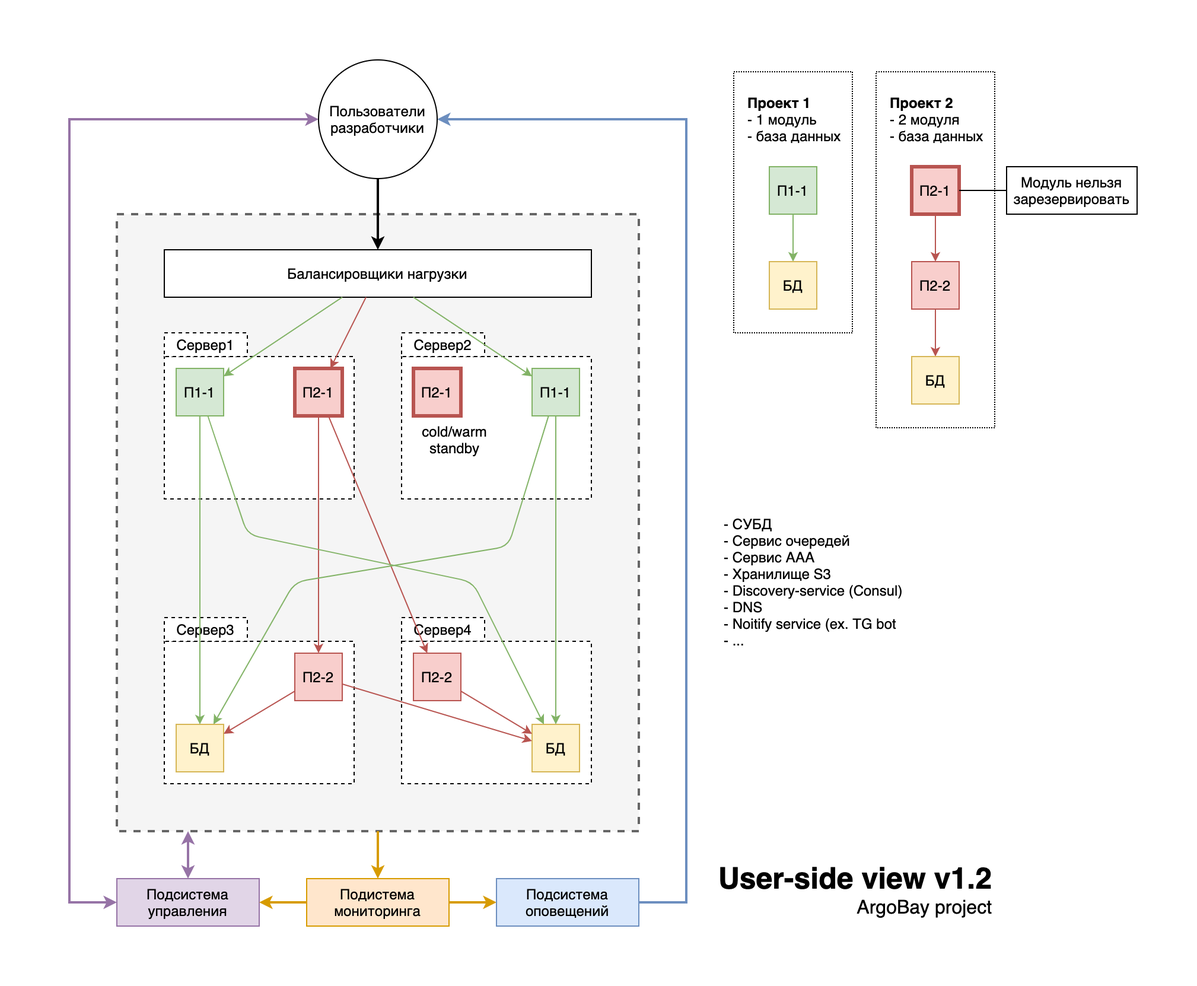
Earlier version of the draw.io export docs/schemes/User-side.png (SnipGhost/argobay-ansible). Source tidied: cells renumbered, new cells last; positions are measured from the earlier drawing's top-left corner, leaving out a move shared by most shapes.
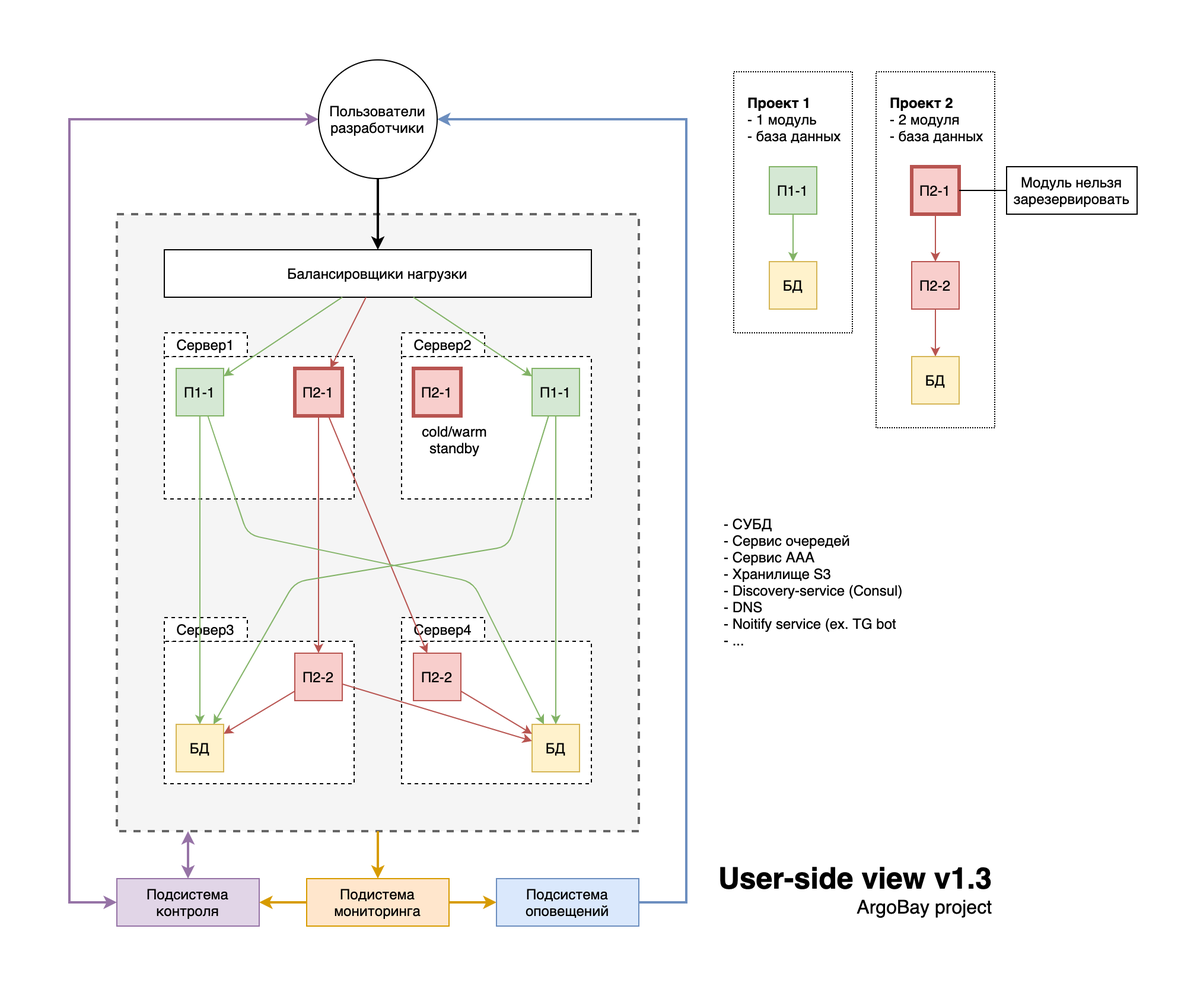
The same file after the commit.

Change to the diagram source:
```diff
@@ -111,7 +111,7 @@
         </Array>
       </mxGeometry>
     </mxCell>
-    <mxCell id="35" value="Подсистема управления" style="rounded=0;whiteSpace=wrap;html=1;strokeColor=#9673a6;fillColor=#e1d5e7;fontFamily=Helvetica;" parent="1" vertex="1">
+    <mxCell id="35" value="Подсистема контроля" style="rounded=0;whiteSpace=wrap;html=1;strokeColor=#9673a6;fillColor=#e1d5e7;fontFamily=Helvetica;" parent="1" vertex="1">
       <mxGeometry x="40" y="690" width="120" height="40" as="geometry" />
     </mxCell>
     <mxCell id="36" style="edgeStyle=orthogonalEdgeStyle;rounded=0;jettySize=auto;html=1;startArrow=none;startFill=0;startSize=5;endSize=5;fillColor=#ffe6cc;strokeColor=#d79b00;strokeWidth=2;fontFamily=Helvetica;" parent="1" edge="1" source="38" target="40">
@@ -198,7 +198,7 @@
     <mxCell id="58" value="- СУБД&lt;br&gt;&lt;div&gt;&lt;span&gt;- Сервис очередей&lt;/span&gt;&lt;/div&gt;&lt;div&gt;&lt;span&gt;- Сервис ААА&lt;/span&gt;&lt;/div&gt;&lt;div&gt;&lt;span&gt;- Хранилище S3&lt;/span&gt;&lt;/div&gt;&lt;div&gt;&lt;span&gt;- Discovery-service (Consul)&lt;/span&gt;&lt;/div&gt;&lt;div&gt;&lt;span&gt;- DNS&lt;/span&gt;&lt;/div&gt;&lt;div&gt;&lt;span&gt;- Noitify service (ex. TG bot&lt;/span&gt;&lt;/div&gt;&lt;div&gt;&lt;span&gt;- ...&lt;/span&gt;&lt;/div&gt;" style="text;html=1;strokeColor=none;fillColor=none;align=left;verticalAlign=middle;whiteSpace=wrap;rounded=0;dashed=1;fontFamily=Helvetica;" parent="1" vertex="1">
       <mxGeometry x="550" y="380" width="220" height="120" as="geometry" />
     </mxCell>
-    <mxCell id="59" value="&lt;span style=&quot;text-align: center ; font-size: 25px&quot;&gt;&lt;b&gt;User-side view v1.2&lt;/b&gt;&lt;/span&gt;&lt;br style=&quot;text-align: center&quot;&gt;&lt;div&gt;&lt;font style=&quot;font-size: 16px&quot;&gt;ArgoBay project&lt;/font&gt;&lt;/div&gt;" style="text;html=1;strokeColor=none;fillColor=none;align=right;verticalAlign=middle;whiteSpace=wrap;rounded=0;dashed=1;" parent="1" vertex="1">
+    <mxCell id="59" value="&lt;span style=&quot;text-align: center ; font-size: 25px&quot;&gt;&lt;b&gt;User-side view v1.3&lt;/b&gt;&lt;/span&gt;&lt;br style=&quot;text-align: center&quot;&gt;&lt;div&gt;&lt;font style=&quot;font-size: 16px&quot;&gt;ArgoBay project&lt;/font&gt;&lt;/div&gt;" style="text;html=1;strokeColor=none;fillColor=none;align=right;verticalAlign=middle;whiteSpace=wrap;rounded=0;dashed=1;" parent="1" vertex="1">
       <mxGeometry x="530" y="670" width="250" height="60" as="geometry" />
     </mxCell>
   </root>
```
